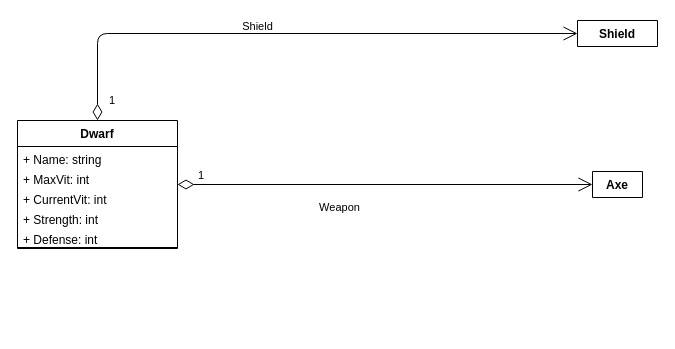
This is Assets/UML-diagrams/Dwarf.drawio from ProgramacionII-Equipo3/PII_RoleplayGame_1_Start, a draw.io file, before an edit. Source tidied: cells renumbered, new cells numbered last; positions are measured from the earlier drawing's top-left corner, leaving out a move shared by most shapes. Both pictures are drawn from the tidied source at 100%, with x=0, y=0 at pixel (17, 20).
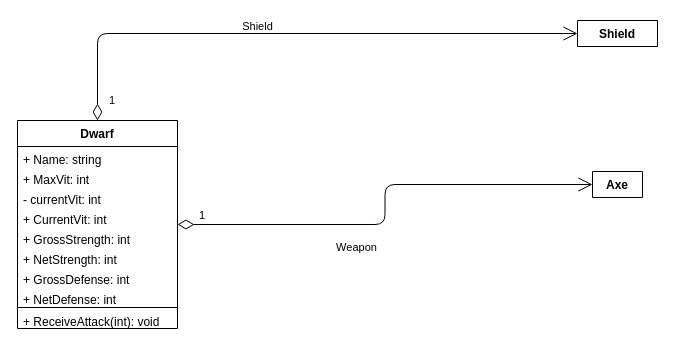
Above is the later version.

Change to the diagram source:
```diff
@@
     <mxCell id="2" value="Dwarf" style="swimlane;fontStyle=1;align=center;verticalAlign=top;horizontal=1;startSize=26;" parent="1" vertex="1">
-      <mxGeometry y="100" width="160" height="128" as="geometry" />
+      <mxGeometry y="100" width="160" height="208" as="geometry" />
     </mxCell>
@@
-    <mxCell id="5" value="+ CurrentVit: int" style="text;strokeColor=none;fillColor=none;align=left;verticalAlign=top;spacingLeft=4;spacingRight=4;overflow=hidden;" parent="2" vertex="1">
+    <mxCell id="5" value="- currentVit: int" style="text;strokeColor=none;fillColor=none;align=left;verticalAlign=top;spacingLeft=4;spacingRight=4;overflow=hidden;" parent="2" vertex="1">
       <mxGeometry y="66" width="160" height="20" as="geometry" />
     </mxCell>
+    <mxCell id="15" value="+ CurrentVit: int" style="text;strokeColor=none;fillColor=none;align=left;verticalAlign=top;spacingLeft=4;spacingRight=4;overflow=hidden;" parent="2" vertex="1">
+      <mxGeometry y="86" width="160" height="20" as="geometry" />
+    </mxCell>
-    <mxCell id="6" value="+ Strength: int" style="text;strokeColor=none;fillColor=none;align=left;verticalAlign=top;spacingLeft=4;spacingRight=4;overflow=hidden;" parent="2" vertex="1">
-      <mxGeometry y="86" width="160" height="20" as="geometry" />
+    <mxCell id="6" value="+ GrossStrength: int" style="text;strokeColor=none;fillColor=none;align=left;verticalAlign=top;spacingLeft=4;spacingRight=4;overflow=hidden;" parent="2" vertex="1">
+      <mxGeometry y="106" width="160" height="20" as="geometry" />
     </mxCell>
+    <mxCell id="16" value="+ NetStrength: int" style="text;strokeColor=none;fillColor=none;align=left;verticalAlign=top;spacingLeft=4;spacingRight=4;overflow=hidden;" parent="2" vertex="1">
+      <mxGeometry y="126" width="160" height="20" as="geometry" />
+    </mxCell>
-    <mxCell id="7" value="+ Defense: int" style="text;strokeColor=none;fillColor=none;align=left;verticalAlign=top;spacingLeft=4;spacingRight=4;overflow=hidden;" parent="2" vertex="1">
-      <mxGeometry y="106" width="160" height="20" as="geometry" />
+    <mxCell id="7" value="+ GrossDefense: int" style="text;strokeColor=none;fillColor=none;align=left;verticalAlign=top;spacingLeft=4;spacingRight=4;overflow=hidden;" parent="2" vertex="1">
+      <mxGeometry y="146" width="160" height="20" as="geometry" />
     </mxCell>
+    <mxCell id="17" value="+ NetDefense: int" style="text;strokeColor=none;fillColor=none;align=left;verticalAlign=top;spacingLeft=4;spacingRight=4;overflow=hidden;" parent="2" vertex="1">
+      <mxGeometry y="166" width="160" height="20" as="geometry" />
+    </mxCell>
     <mxCell id="8" style="line;strokeWidth=1;fillColor=none;align=left;verticalAlign=middle;spacingTop=-1;spacingLeft=3;spacingRight=3;labelPosition=right;" parent="2" vertex="1">
-      <mxGeometry y="126" width="160" height="2" as="geometry" />
+      <mxGeometry y="186" width="160" height="2" as="geometry" />
     </mxCell>
+    <mxCell id="18" value="+ ReceiveAttack(int): void" style="text;strokeColor=none;fillColor=none;align=left;verticalAlign=top;spacingLeft=4;spacingRight=4;overflow=hidden;" parent="2" vertex="1">
+      <mxGeometry y="188" width="160" height="20" as="geometry" />
+    </mxCell>
```
